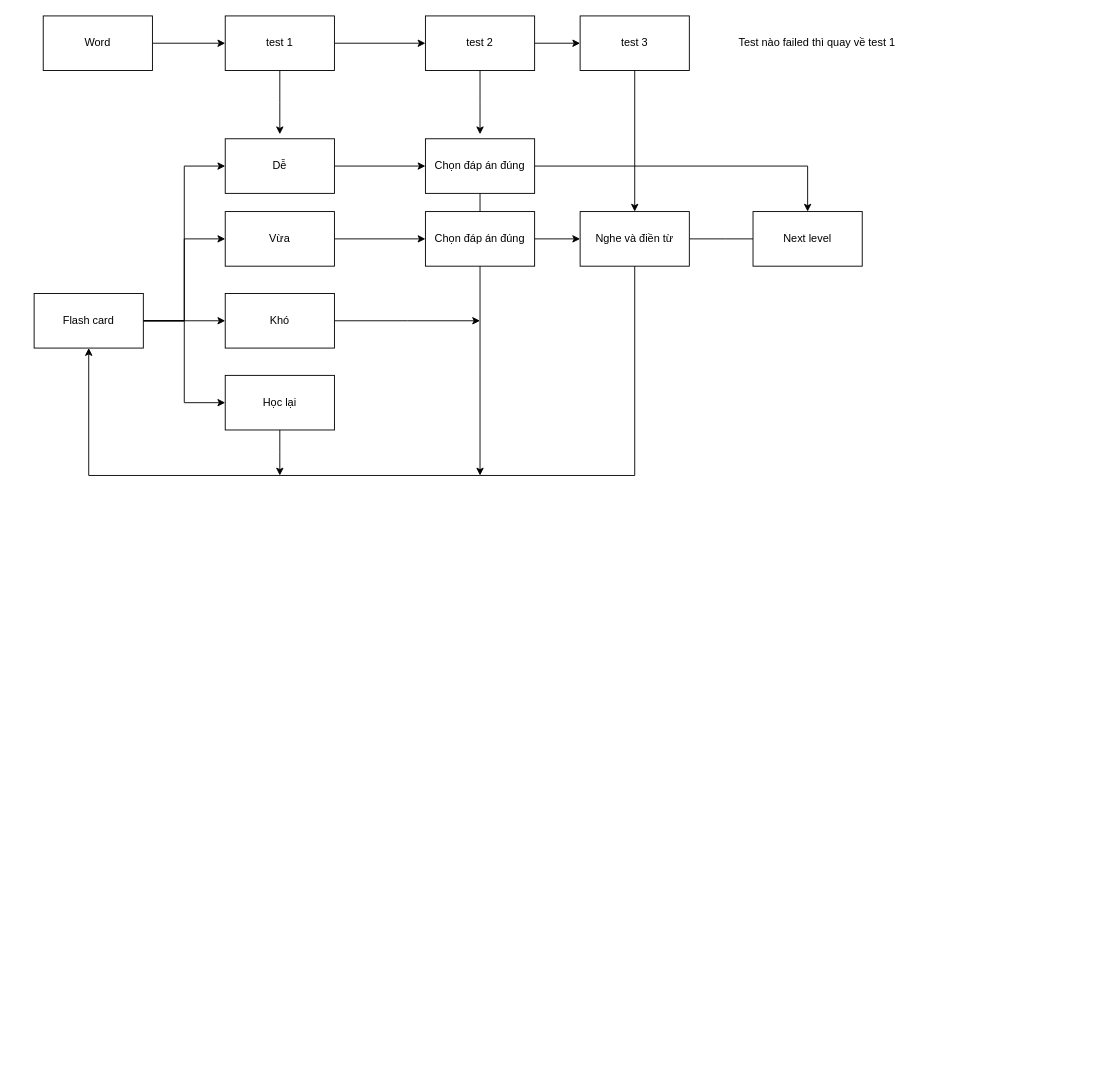
This is page "1 turn học" (4 of 4) of Untitled Diagram.drawio from sqhqk58/hello-world, a draw.io file, before an edit. Source tidied: cells renumbered, new cells numbered last; positions are measured from the earlier drawing's top-left corner, leaving out a move shared by most shapes. Both pictures are drawn from the tidied source at 91%, with x=0, y=0 at pixel (34, 15).
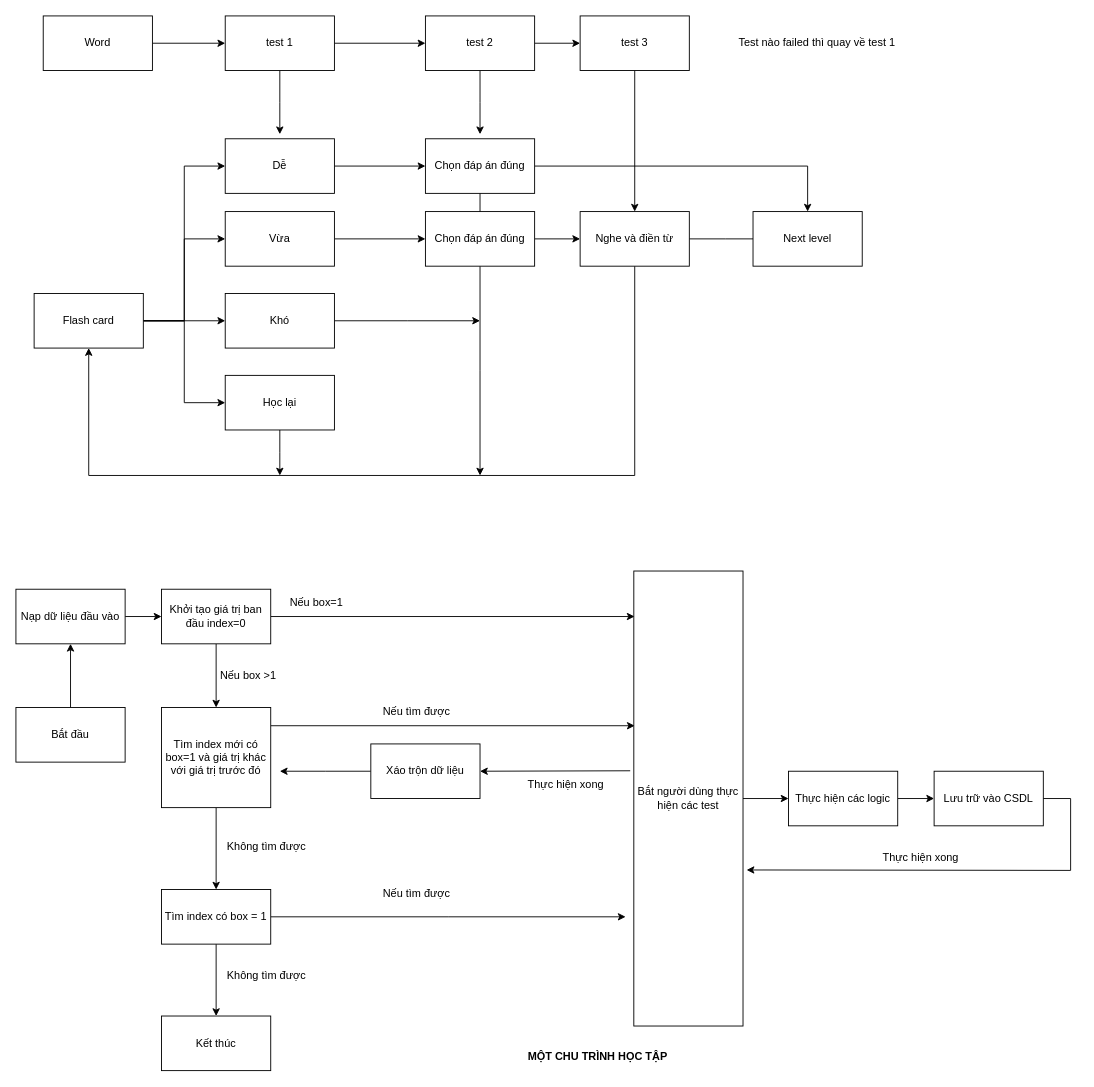
Above is the later version.

What changed in the source:
```diff
@@
+    <mxCell id="36" style="edgeStyle=orthogonalEdgeStyle;rounded=0;jettySize=auto;html=1;entryX=0.5;entryY=0;entryDx=0;entryDy=0;" parent="1" edge="1" source="38" target="42">
+      <mxGeometry relative="1" as="geometry" />
+    </mxCell>
+    <mxCell id="37" style="edgeStyle=orthogonalEdgeStyle;rounded=0;jettySize=auto;html=1;entryX=0.007;entryY=0.1;entryDx=0;entryDy=0;entryPerimeter=0;" parent="1" edge="1" source="38" target="45">
+      <mxGeometry relative="1" as="geometry" />
+    </mxCell>
+    <mxCell id="38" value="Khởi tạo giá trị ban đầu index=0" style="whiteSpace=wrap;html=1;" parent="1" vertex="1">
+      <mxGeometry x="140" y="630" width="120" height="60" as="geometry" />
+    </mxCell>
+    <mxCell id="39" value="Nếu box=1" style="text;html=1;align=center;verticalAlign=middle;strokeColor=none;fillColor=none;" parent="1" vertex="1">
+      <mxGeometry x="270" y="630" width="80" height="30" as="geometry" />
+    </mxCell>
+    <mxCell id="40" style="edgeStyle=orthogonalEdgeStyle;rounded=0;jettySize=auto;html=1;entryX=0.5;entryY=0;entryDx=0;entryDy=0;" parent="1" edge="1" source="42" target="51">
+      <mxGeometry relative="1" as="geometry" />
+    </mxCell>
+    <mxCell id="41" style="edgeStyle=orthogonalEdgeStyle;rounded=0;orthogonalLoop=1;jettySize=auto;html=1;entryX=0;entryY=0.41;entryDx=0;entryDy=0;entryPerimeter=0;" parent="1" edge="1">
+      <mxGeometry relative="1" as="geometry">
+        <mxPoint x="260" y="780" as="sourcePoint" />
+        <mxPoint x="660" y="780" as="targetPoint" />
+      </mxGeometry>
+    </mxCell>
+    <mxCell id="42" value="Tìm index mới có box=1 và giá trị khác với giá trị trước đó" style="whiteSpace=wrap;html=1;" parent="1" vertex="1">
+      <mxGeometry x="140" y="760" width="120" height="110" as="geometry" />
+    </mxCell>
+    <mxCell id="43" value="Nếu box &amp;gt;1" style="text;html=1;align=center;verticalAlign=middle;strokeColor=none;fillColor=none;" parent="1" vertex="1">
+      <mxGeometry x="190" y="710" width="90" height="30" as="geometry" />
+    </mxCell>
+    <mxCell id="44" style="edgeStyle=orthogonalEdgeStyle;rounded=0;jettySize=auto;html=1;entryX=0;entryY=0.5;entryDx=0;entryDy=0;" parent="1" edge="1" source="45" target="63">
+      <mxGeometry relative="1" as="geometry" />
+    </mxCell>
+    <mxCell id="45" value="Bắt người dùng thực hiện các test" style="whiteSpace=wrap;html=1;" parent="1" vertex="1">
+      <mxGeometry x="659" y="610" width="120" height="500" as="geometry" />
+    </mxCell>
+    <mxCell id="46" value="Nếu tìm được" style="text;html=1;align=center;verticalAlign=middle;strokeColor=none;fillColor=none;" parent="1" vertex="1">
+      <mxGeometry x="370" y="750" width="100" height="30" as="geometry" />
+    </mxCell>
+    <mxCell id="47" value="Kết thúc" style="whiteSpace=wrap;html=1;" parent="1" vertex="1">
+      <mxGeometry x="140" y="1099" width="120" height="60" as="geometry" />
+    </mxCell>
+    <mxCell id="48" value="Không tìm được" style="text;html=1;align=center;verticalAlign=middle;strokeColor=none;fillColor=none;" parent="1" vertex="1">
+      <mxGeometry x="200" y="898" width="110" height="30" as="geometry" />
+    </mxCell>
+    <mxCell id="49" style="edgeStyle=orthogonalEdgeStyle;rounded=0;jettySize=auto;html=1;entryX=0.5;entryY=0;entryDx=0;entryDy=0;" parent="1" edge="1" source="51" target="47">
+      <mxGeometry relative="1" as="geometry" />
+    </mxCell>
+    <mxCell id="50" style="edgeStyle=orthogonalEdgeStyle;rounded=0;jettySize=auto;html=1;" parent="1" edge="1" source="51">
+      <mxGeometry relative="1" as="geometry">
+        <mxPoint x="650" y="990" as="targetPoint" />
+      </mxGeometry>
+    </mxCell>
+    <mxCell id="51" value="Tìm index có box = 1" style="whiteSpace=wrap;html=1;" parent="1" vertex="1">
+      <mxGeometry x="140" y="960" width="120" height="60" as="geometry" />
+    </mxCell>
+    <mxCell id="52" value="Nếu tìm được" style="text;html=1;align=center;verticalAlign=middle;strokeColor=none;fillColor=none;" parent="1" vertex="1">
+      <mxGeometry x="370" y="950" width="100" height="30" as="geometry" />
+    </mxCell>
+    <mxCell id="53" value="Không tìm được" style="text;html=1;align=center;verticalAlign=middle;strokeColor=none;fillColor=none;" parent="1" vertex="1">
+      <mxGeometry x="200" y="1040" width="110" height="30" as="geometry" />
+    </mxCell>
+    <mxCell id="54" value="Thực hiện xong" style="text;html=1;align=center;verticalAlign=middle;strokeColor=none;fillColor=none;" parent="1" vertex="1">
+      <mxGeometry x="529" y="830" width="110" height="30" as="geometry" />
+    </mxCell>
+    <mxCell id="55" style="edgeStyle=orthogonalEdgeStyle;rounded=0;jettySize=auto;html=1;exitX=0;exitY=0.5;exitDx=0;exitDy=0;" parent="1" edge="1" source="56">
+      <mxGeometry relative="1" as="geometry">
+        <mxPoint x="270" y="830" as="targetPoint" />
+      </mxGeometry>
+    </mxCell>
+    <mxCell id="56" value="Xáo trộn dữ liệu" style="whiteSpace=wrap;html=1;" parent="1" vertex="1">
+      <mxGeometry x="370" y="800" width="120" height="60" as="geometry" />
+    </mxCell>
+    <mxCell id="57" style="endArrow=classic;html=1;rounded=0;entryX=1;entryY=0.5;entryDx=0;entryDy=0;exitX=-0.033;exitY=0.439;exitDx=0;exitDy=0;exitPerimeter=0;" parent="1" edge="1" source="45" target="56">
+      <mxGeometry relative="1" as="geometry" />
+    </mxCell>
+    <mxCell id="58" style="edgeStyle=orthogonalEdgeStyle;rounded=0;jettySize=auto;html=1;entryX=0;entryY=0.5;entryDx=0;entryDy=0;" parent="1" edge="1" source="59" target="38">
+      <mxGeometry relative="1" as="geometry" />
+    </mxCell>
+    <mxCell id="59" value="Nạp dữ liệu đầu vào" style="whiteSpace=wrap;html=1;" parent="1" vertex="1">
+      <mxGeometry x="-20" y="630" width="120" height="60" as="geometry" />
+    </mxCell>
+    <mxCell id="60" style="edgeStyle=orthogonalEdgeStyle;rounded=0;jettySize=auto;html=1;entryX=0.5;entryY=1;entryDx=0;entryDy=0;" parent="1" edge="1" source="61" target="59">
+      <mxGeometry relative="1" as="geometry" />
+    </mxCell>
+    <mxCell id="61" value="Bắt đầu" style="whiteSpace=wrap;html=1;" parent="1" vertex="1">
+      <mxGeometry x="-20" y="760" width="120" height="60" as="geometry" />
+    </mxCell>
+    <mxCell id="62" style="edgeStyle=orthogonalEdgeStyle;rounded=0;jettySize=auto;html=1;entryX=0;entryY=0.5;entryDx=0;entryDy=0;" parent="1" edge="1" source="63" target="64">
+      <mxGeometry relative="1" as="geometry" />
+    </mxCell>
+    <mxCell id="63" value="Thực hiện các logic" style="whiteSpace=wrap;html=1;" parent="1" vertex="1">
+      <mxGeometry x="829" y="830" width="120" height="60" as="geometry" />
+    </mxCell>
+    <mxCell id="64" value="Lưu trữ vào CSDL" style="whiteSpace=wrap;html=1;" parent="1" vertex="1">
+      <mxGeometry x="989" y="830" width="120" height="60" as="geometry" />
+    </mxCell>
+    <mxCell id="65" style="endArrow=classic;html=1;rounded=0;entryX=1.033;entryY=0.657;entryDx=0;entryDy=0;entryPerimeter=0;exitX=1;exitY=0.5;exitDx=0;exitDy=0;" parent="1" edge="1" source="64" target="45">
+      <mxGeometry relative="1" as="geometry">
+        <Array as="points">
+          <mxPoint x="1139" y="860" />
+          <mxPoint x="1139" y="939" />
+        </Array>
+      </mxGeometry>
+    </mxCell>
+    <mxCell id="66" value="Thực hiện xong" style="text;html=1;align=center;verticalAlign=middle;strokeColor=none;fillColor=none;" parent="1" vertex="1">
+      <mxGeometry x="919" y="910" width="110" height="30" as="geometry" />
+    </mxCell>
+    <mxCell id="67" value="MỘT CHU TRÌNH HỌC TẬP" style="text;html=1;align=center;verticalAlign=middle;strokeColor=none;fillColor=none;fontStyle=1;" parent="1" vertex="1">
+      <mxGeometry x="529" y="1129" width="180" height="30" as="geometry" />
+    </mxCell>
```
